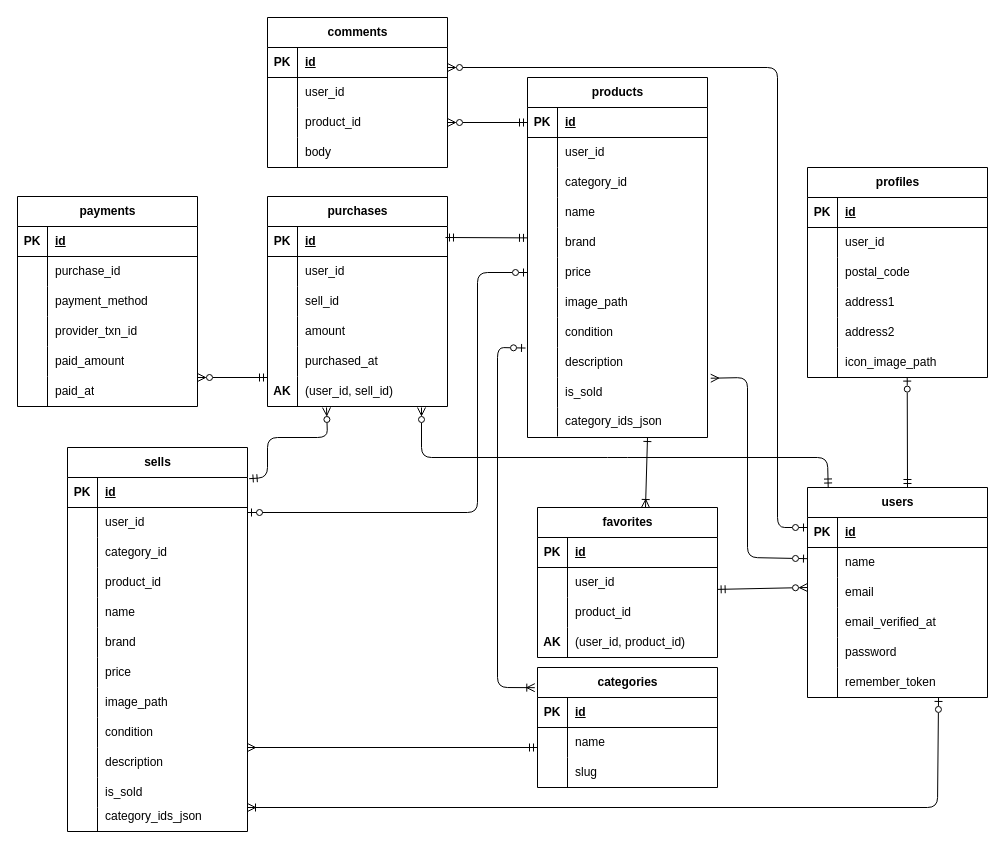
Above: src/index.drawio in simanuki0923/Free-market (draw.io), before the change. Source tidied: cells renumbered, new cells numbered last; positions are measured from the earlier drawing's top-left corner, leaving out a move shared by most shapes. Both pictures are drawn from the tidied source at 100%, with x=0, y=0 at pixel (17, 17).
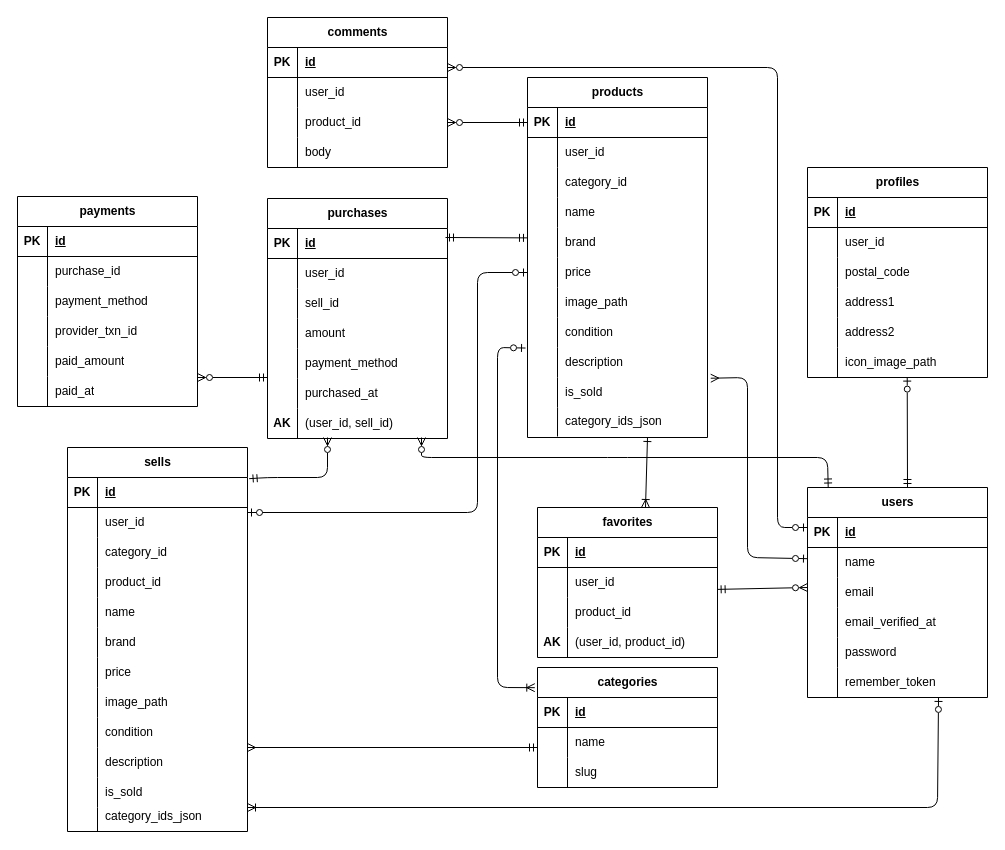
After the change.

Commit message (it also covers changes not shown here):
2025/10/27 ER図設定修正＆ER図画像データ差し替え

The change refers to these unchanged cells:
```xml
<mxCell id="89" style="shape=tableRow;horizontal=0;startSize=0;swimlaneHead=0;swimlaneBody=0;fillColor=none;points=[[0,0.5],[1,0.5]];portConstraint=eastwest;top=0;left=0;right=0;bottom=1;" parent="88" vertex="1">
  <mxGeometry y="30" width="180" height="30" as="geometry" />
</mxCell>
<mxCell id="135" style="shape=tableRow;horizontal=0;startSize=0;swimlaneHead=0;swimlaneBody=0;fillColor=none;top=0;left=0;right=0;bottom=0;" parent="122" vertex="1">
  <mxGeometry y="150" width="180" height="30" as="geometry" />
</mxCell>
<mxCell id="138" style="shape=tableRow;horizontal=0;startSize=0;swimlaneHead=0;swimlaneBody=0;fillColor=none;top=0;left=0;right=0;bottom=0;" parent="122" vertex="1">
  <mxGeometry y="180" width="180" height="30" as="geometry" />
</mxCell>
```

The edit, as a diff of the source:
```diff
@@
     <mxCell id="122" value="purchases" style="shape=table;startSize=30;childLayout=tableLayout;rowLines=0;fontStyle=1;align=center;html=1;" parent="1" vertex="1">
-      <mxGeometry x="250" y="179" width="180" height="210" as="geometry" />
+      <mxGeometry x="250" y="181" width="180" height="240" as="geometry" />
     </mxCell>
@@
-    <mxCell id="137" value="purchased_at" style="shape=partialRectangle;fillColor=none;top=0;left=0;bottom=0;right=0;align=left;spacingLeft=6;overflow=hidden;whiteSpace=wrap;html=1;" parent="135" vertex="1">
+    <mxCell id="137" value="&lt;span style=&quot;color: rgb(0, 0, 0);&quot;&gt;payment_method&lt;/span&gt;" style="shape=partialRectangle;fillColor=none;top=0;left=0;bottom=0;right=0;align=left;spacingLeft=6;overflow=hidden;whiteSpace=wrap;html=1;" parent="135" vertex="1">
       <mxGeometry x="30" width="150" height="30" as="geometry" />
     </mxCell>
@@
-    <mxCell id="139" value="&lt;b&gt;AK&lt;/b&gt;" style="shape=partialRectangle;fillColor=none;top=0;left=0;bottom=0;right=0;overflow=hidden;whiteSpace=wrap;html=1;" parent="138" vertex="1">
+    <mxCell id="139" style="shape=partialRectangle;fillColor=none;top=0;left=0;bottom=0;right=0;overflow=hidden;whiteSpace=wrap;html=1;" parent="138" vertex="1">
       <mxGeometry width="30" height="30" as="geometry" />
     </mxCell>
-    <mxCell id="140" value="(user_id, sell_id)" style="shape=partialRectangle;fillColor=none;top=0;left=0;bottom=0;right=0;align=left;spacingLeft=6;overflow=hidden;whiteSpace=wrap;html=1;" parent="138" vertex="1">
+    <mxCell id="140" value="&lt;span style=&quot;color: rgb(0, 0, 0);&quot;&gt;purchased_at&lt;/span&gt;" style="shape=partialRectangle;fillColor=none;top=0;left=0;bottom=0;right=0;align=left;spacingLeft=6;overflow=hidden;whiteSpace=wrap;html=1;" parent="138" vertex="1">
       <mxGeometry x="30" width="150" height="30" as="geometry" />
     </mxCell>
+    <mxCell id="199" style="shape=tableRow;horizontal=0;startSize=0;swimlaneHead=0;swimlaneBody=0;fillColor=none;top=0;left=0;right=0;bottom=0;" parent="122" vertex="1">
+      <mxGeometry y="210" width="180" height="30" as="geometry" />
+    </mxCell>
+    <mxCell id="200" value="&lt;b&gt;AK&lt;/b&gt;" style="shape=partialRectangle;fillColor=none;top=0;left=0;bottom=0;right=0;overflow=hidden;whiteSpace=wrap;html=1;" parent="199" vertex="1">
+      <mxGeometry width="30" height="30" as="geometry" />
+    </mxCell>
+    <mxCell id="201" value="(user_id, sell_id)" style="shape=partialRectangle;fillColor=none;top=0;left=0;bottom=0;right=0;align=left;spacingLeft=6;overflow=hidden;whiteSpace=wrap;html=1;" parent="199" vertex="1">
+      <mxGeometry x="30" width="150" height="30" as="geometry" />
+    </mxCell>
@@
     <mxCell id="172" style="fontSize=12;html=1;endArrow=ERzeroToMany;endFill=0;startArrow=ERmandOne;startFill=0;exitX=1.009;exitY=0.04;exitDx=0;exitDy=0;exitPerimeter=0;" parent="1" edge="1" source="89">
       <mxGeometry relative="1" as="geometry">
-        <mxPoint x="309" y="390" as="targetPoint" />
+        <mxPoint x="310" y="420" as="targetPoint" />
         <Array as="points">
           <mxPoint x="250" y="460" />
-          <mxPoint x="250" y="420" />
+          <mxPoint x="310" y="460" />
           <mxPoint x="310" y="420" />
         </Array>
       </mxGeometry>
     </mxCell>
     <mxCell id="173" style="fontSize=12;html=1;endArrow=ERzeroToMany;startArrow=ERmandOne;exitX=0.115;exitY=-0.003;exitDx=0;exitDy=0;exitPerimeter=0;endFill=0;startFill=0;" parent="1" edge="1">
       <mxGeometry relative="1" as="geometry">
         <mxPoint x="810.7" y="469.5" as="sourcePoint" />
-        <mxPoint x="404" y="390" as="targetPoint" />
+        <mxPoint x="404" y="420" as="targetPoint" />
         <Array as="points">
           <mxPoint x="810" y="440" />
           <mxPoint x="600" y="440" />
           <mxPoint x="404" y="440" />
         </Array>
       </mxGeometry>
     </mxCell>
```
